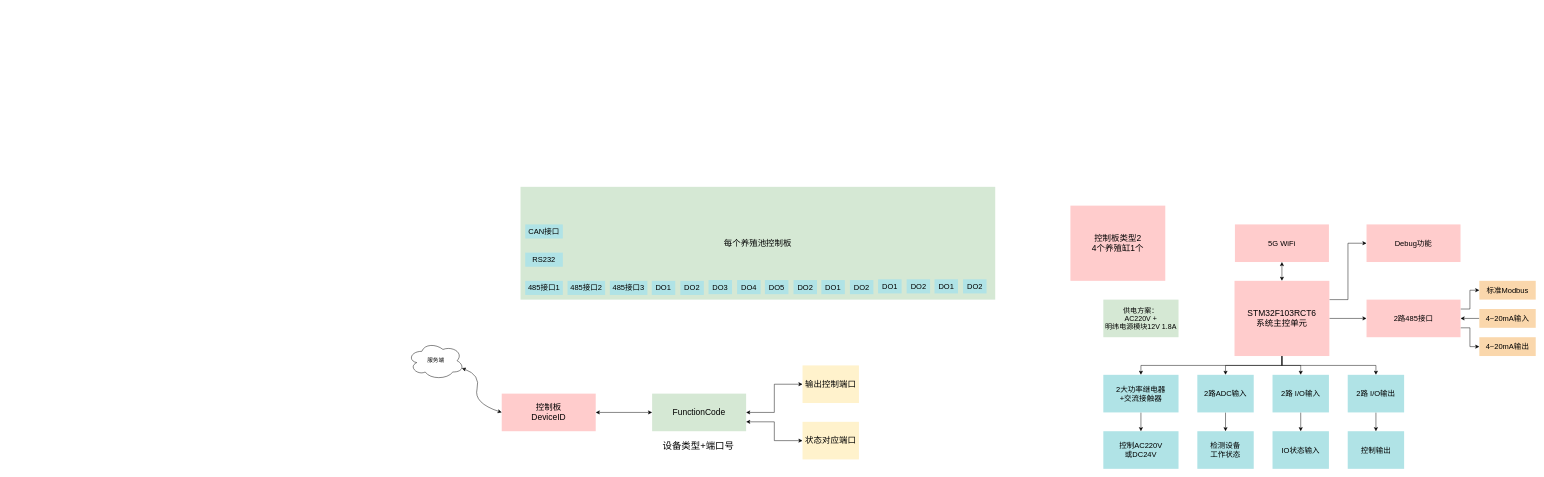
Before: 养虾试验池项目.drawio in zjh6607476/drawing, a draw.io diagram. Source tidied: cells renumbered, new cells numbered last; positions are measured from the earlier drawing's top-left corner, leaving out a move shared by most shapes. Both pictures are drawn from the tidied source at 47%, with x=0, y=0 at pixel (407, 187).
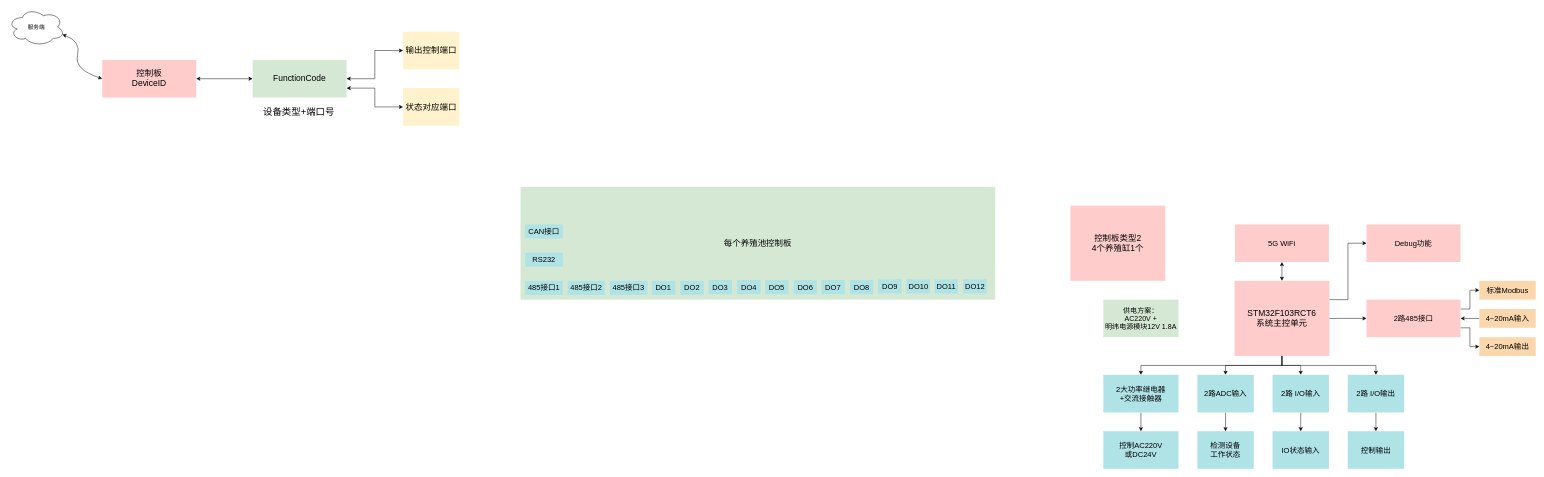
The same diagram, later.

Commit message:
更新养虾试验池项目.drawio

Change to the diagram source:
```diff
@@
-    <mxCell id="44" value="DO2" style="rounded=0;whiteSpace=wrap;html=1;shadow=0;fillColor=#b0e3e6;strokeColor=none;fontSize=16;" parent="1" vertex="1">
+    <mxCell id="44" value="DO6" style="rounded=0;whiteSpace=wrap;html=1;shadow=0;fillColor=#b0e3e6;strokeColor=none;fontSize=16;" parent="1" vertex="1">
       <mxGeometry x="820.8" y="198.4" width="50" height="30" as="geometry" />
     </mxCell>
-    <mxCell id="45" value="DO1" style="rounded=0;whiteSpace=wrap;html=1;shadow=0;fillColor=#b0e3e6;strokeColor=none;fontSize=16;" parent="1" vertex="1">
+    <mxCell id="45" value="DO7" style="rounded=0;whiteSpace=wrap;html=1;shadow=0;fillColor=#b0e3e6;strokeColor=none;fontSize=16;" parent="1" vertex="1">
       <mxGeometry x="880" y="198.4" width="50" height="30" as="geometry" />
     </mxCell>
-    <mxCell id="46" value="DO2" style="rounded=0;whiteSpace=wrap;html=1;shadow=0;fillColor=#b0e3e6;strokeColor=none;fontSize=16;" parent="1" vertex="1">
+    <mxCell id="46" value="DO8" style="rounded=0;whiteSpace=wrap;html=1;shadow=0;fillColor=#b0e3e6;strokeColor=none;fontSize=16;" parent="1" vertex="1">
       <mxGeometry x="940.8" y="198.4" width="50" height="30" as="geometry" />
     </mxCell>
-    <mxCell id="47" value="DO1" style="rounded=0;whiteSpace=wrap;html=1;shadow=0;fillColor=#b0e3e6;strokeColor=none;fontSize=16;" parent="1" vertex="1">
+    <mxCell id="47" value="DO9" style="rounded=0;whiteSpace=wrap;html=1;shadow=0;fillColor=#b0e3e6;strokeColor=none;fontSize=16;" parent="1" vertex="1">
       <mxGeometry x="1000.8" y="196.8" width="50" height="30" as="geometry" />
     </mxCell>
-    <mxCell id="48" value="DO2" style="rounded=0;whiteSpace=wrap;html=1;shadow=0;fillColor=#b0e3e6;strokeColor=none;fontSize=16;" parent="1" vertex="1">
+    <mxCell id="48" value="DO10" style="rounded=0;whiteSpace=wrap;html=1;shadow=0;fillColor=#b0e3e6;strokeColor=none;fontSize=16;" parent="1" vertex="1">
       <mxGeometry x="1061.5" y="196.8" width="50" height="30" as="geometry" />
     </mxCell>
-    <mxCell id="49" value="DO1" style="rounded=0;whiteSpace=wrap;html=1;shadow=0;fillColor=#b0e3e6;strokeColor=none;fontSize=16;" parent="1" vertex="1">
+    <mxCell id="49" value="DO11" style="rounded=0;whiteSpace=wrap;html=1;shadow=0;fillColor=#b0e3e6;strokeColor=none;fontSize=16;" parent="1" vertex="1">
       <mxGeometry x="1120.8" y="196.8" width="50" height="30" as="geometry" />
     </mxCell>
-    <mxCell id="50" value="DO2" style="rounded=0;whiteSpace=wrap;html=1;shadow=0;fillColor=#b0e3e6;strokeColor=none;fontSize=16;" parent="1" vertex="1">
+    <mxCell id="50" value="DO12" style="rounded=0;whiteSpace=wrap;html=1;shadow=0;fillColor=#b0e3e6;strokeColor=none;fontSize=16;" parent="1" vertex="1">
       <mxGeometry x="1181.5" y="196.8" width="50" height="30" as="geometry" />
     </mxCell>
@@
     <mxCell id="52" value="&lt;span style=&quot;font-size: 18px&quot;&gt;控制板&lt;br&gt;DeviceID&lt;br&gt;&lt;/span&gt;" style="rounded=0;whiteSpace=wrap;html=1;shadow=0;fillColor=#ffcccc;strokeColor=none;" parent="1" vertex="1">
-      <mxGeometry x="200" y="440" width="200" height="80" as="geometry" />
+      <mxGeometry x="-650" y="-270" width="200" height="80" as="geometry" />
     </mxCell>
     <mxCell id="53" value="&lt;span style=&quot;font-size: 18px&quot;&gt;FunctionCode&lt;br&gt;&lt;/span&gt;" style="rounded=0;whiteSpace=wrap;html=1;shadow=0;fillColor=#d5e8d4;strokeColor=none;" parent="1" vertex="1">
-      <mxGeometry x="520" y="440" width="200" height="80" as="geometry" />
+      <mxGeometry x="-330" y="-270" width="200" height="80" as="geometry" />
     </mxCell>
@@
     <mxCell id="55" value="&lt;span style=&quot;font-size: 18px&quot;&gt;输出控制端口&lt;br&gt;&lt;/span&gt;" style="rounded=0;whiteSpace=wrap;html=1;shadow=0;fillColor=#fff2cc;strokeColor=none;" parent="1" vertex="1">
-      <mxGeometry x="840" y="380" width="120" height="80" as="geometry" />
+      <mxGeometry x="-10" y="-330" width="120" height="80" as="geometry" />
     </mxCell>
@@
     <mxCell id="57" value="&lt;span style=&quot;font-size: 18px&quot;&gt;状态对应端口&lt;br&gt;&lt;/span&gt;" style="rounded=0;whiteSpace=wrap;html=1;shadow=0;fillColor=#fff2cc;strokeColor=none;" parent="1" vertex="1">
-      <mxGeometry x="840" y="500" width="120" height="80" as="geometry" />
+      <mxGeometry x="-10" y="-210" width="120" height="80" as="geometry" />
     </mxCell>
     <mxCell id="58" value="服务端" style="ellipse;shape=cloud;whiteSpace=wrap;html=1;fillColor=none;" parent="1" vertex="1">
-      <mxGeometry y="330" width="120" height="80" as="geometry" />
+      <mxGeometry x="-850" y="-380" width="120" height="80" as="geometry" />
     </mxCell>
     <mxCell id="59" style="curved=1;endArrow=classic;html=1;exitX=0.96;exitY=0.7;exitDx=0;exitDy=0;exitPerimeter=0;startArrow=classic;startFill=1;" parent="1" edge="1" source="58">
       <mxGeometry relative="1" as="geometry">
-        <mxPoint x="200" y="480" as="targetPoint" />
+        <mxPoint x="-650" y="-230" as="targetPoint" />
         <Array as="points">
-          <mxPoint x="155" y="400" />
-          <mxPoint x="140" y="460" />
+          <mxPoint x="-695" y="-310" />
+          <mxPoint x="-710" y="-250" />
         </Array>
       </mxGeometry>
     </mxCell>
     <mxCell id="60" value="设备类型+端口号" style="text;html=1;strokeColor=none;fillColor=none;align=center;verticalAlign=middle;whiteSpace=wrap;rounded=0;fontSize=20;" parent="1" vertex="1">
-      <mxGeometry x="535.8" y="530" width="165" height="40" as="geometry" />
+      <mxGeometry x="-314.2" y="-180" width="165" height="40" as="geometry" />
     </mxCell>
```
